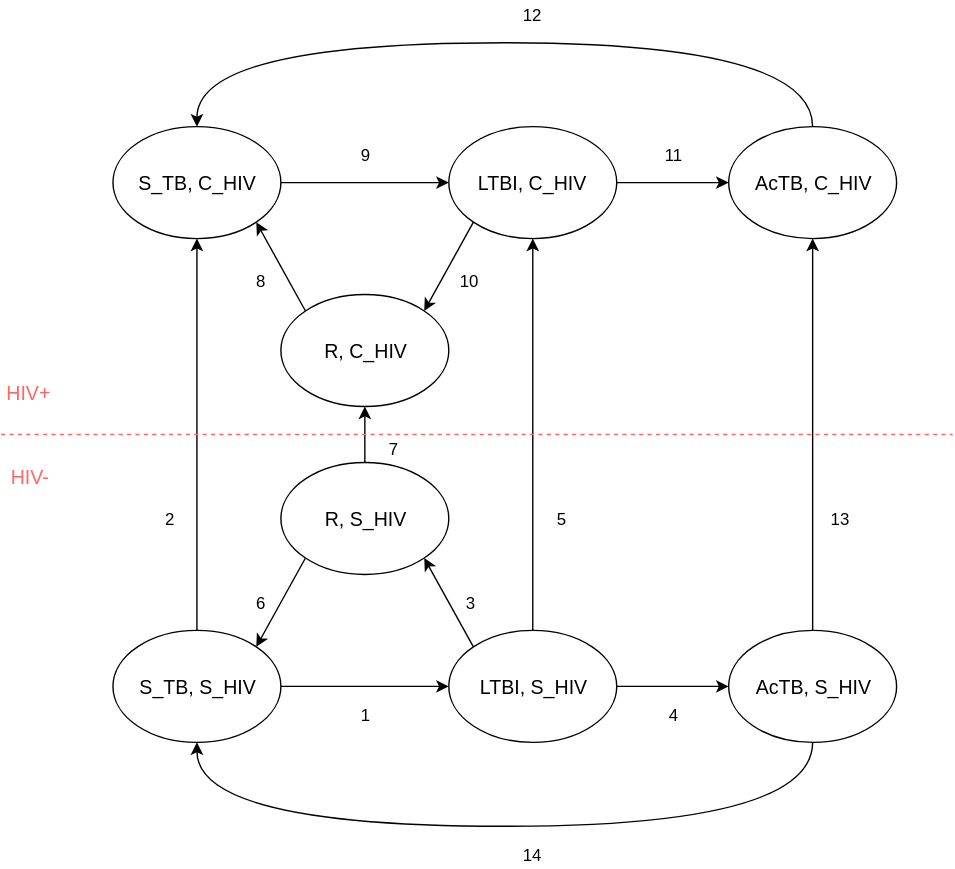
The draw.io diagram docs/source/models/gbd2017/causes/tuberculosis/joint_model_diagram.svg in ihmeuw/vivarium_research, before a commit. Source tidied: cells renumbered, new cells last; positions are measured from the earlier drawing's top-left corner, leaving out a move shared by most shapes. Its diagram source:
```xml
<mxGraphModel>
  <root>
    <mxCell id="0" />
    <mxCell id="1" parent="0" />
    <mxCell id="2" style="edgeStyle=orthogonalEdgeStyle;rounded=0;jettySize=auto;html=1;exitX=1;exitY=0.5;exitDx=0;exitDy=0;entryX=0;entryY=0.5;entryDx=0;entryDy=0;" parent="1" edge="1" source="3" target="6">
      <mxGeometry relative="1" as="geometry" />
    </mxCell>
    <mxCell id="3" style="ellipse;whiteSpace=wrap;html=1;" parent="1" vertex="1">
      <mxGeometry x="80" y="90" width="120" height="80" as="geometry" />
    </mxCell>
    <mxCell id="4" style="edgeStyle=orthogonalEdgeStyle;rounded=0;jettySize=auto;html=1;exitX=1;exitY=0.5;exitDx=0;exitDy=0;entryX=0;entryY=0.5;entryDx=0;entryDy=0;" parent="1" edge="1" source="6" target="8">
      <mxGeometry relative="1" as="geometry" />
    </mxCell>
    <mxCell id="5" style="edgeStyle=none;rounded=0;jettySize=auto;html=1;exitX=0;exitY=1;exitDx=0;exitDy=0;entryX=1;entryY=0;entryDx=0;entryDy=0;" parent="1" edge="1" source="6" target="13">
      <mxGeometry relative="1" as="geometry" />
    </mxCell>
    <mxCell id="6" style="ellipse;whiteSpace=wrap;html=1;" parent="1" vertex="1">
      <mxGeometry x="320" y="90" width="120" height="80" as="geometry" />
    </mxCell>
    <mxCell id="7" style="edgeStyle=orthogonalEdgeStyle;curved=1;rounded=0;jettySize=auto;html=1;exitX=0.5;exitY=0;exitDx=0;exitDy=0;entryX=0.5;entryY=0;entryDx=0;entryDy=0;" parent="1" edge="1" source="8" target="3">
      <mxGeometry relative="1" as="geometry">
        <Array as="points">
          <mxPoint x="580" y="30" />
          <mxPoint x="140" y="30" />
        </Array>
      </mxGeometry>
    </mxCell>
    <mxCell id="8" style="ellipse;whiteSpace=wrap;html=1;" parent="1" vertex="1">
      <mxGeometry x="520" y="90" width="120" height="80" as="geometry" />
    </mxCell>
    <mxCell id="9" value="&lt;font style=&quot;font-size: 14px&quot;&gt;S_TB, C_HIV&lt;/font&gt;" style="text;html=1;strokeColor=none;fillColor=none;align=center;verticalAlign=middle;whiteSpace=wrap;rounded=0;" parent="1" vertex="1">
      <mxGeometry x="95" y="120" width="90" height="20" as="geometry" />
    </mxCell>
    <mxCell id="10" value="&lt;font style=&quot;font-size: 14px&quot;&gt;LTBI, C_HIV&lt;/font&gt;" style="text;html=1;strokeColor=none;fillColor=none;align=center;verticalAlign=middle;whiteSpace=wrap;rounded=0;" parent="1" vertex="1">
      <mxGeometry x="335" y="120" width="90" height="20" as="geometry" />
    </mxCell>
    <mxCell id="11" value="&lt;font style=&quot;font-size: 14px&quot;&gt;AcTB, C_HIV&lt;/font&gt;" style="text;html=1;strokeColor=none;fillColor=none;align=center;verticalAlign=middle;whiteSpace=wrap;rounded=0;" parent="1" vertex="1">
      <mxGeometry x="535" y="120" width="90" height="20" as="geometry" />
    </mxCell>
    <mxCell id="12" style="edgeStyle=none;rounded=0;jettySize=auto;html=1;exitX=0;exitY=0;exitDx=0;exitDy=0;entryX=1;entryY=1;entryDx=0;entryDy=0;" parent="1" edge="1" source="13" target="3">
      <mxGeometry relative="1" as="geometry" />
    </mxCell>
    <mxCell id="13" style="ellipse;whiteSpace=wrap;html=1;" parent="1" vertex="1">
      <mxGeometry x="200" y="210" width="120" height="80" as="geometry" />
    </mxCell>
    <mxCell id="14" style="edgeStyle=none;rounded=0;jettySize=auto;html=1;exitX=0;exitY=1;exitDx=0;exitDy=0;entryX=1;entryY=0;entryDx=0;entryDy=0;" parent="1" edge="1" source="16" target="19">
      <mxGeometry relative="1" as="geometry" />
    </mxCell>
    <mxCell id="15" style="edgeStyle=none;rounded=0;jettySize=auto;html=1;exitX=0.5;exitY=0;exitDx=0;exitDy=0;entryX=0.5;entryY=1;entryDx=0;entryDy=0;" parent="1" edge="1" source="16" target="13">
      <mxGeometry relative="1" as="geometry" />
    </mxCell>
    <mxCell id="16" style="ellipse;whiteSpace=wrap;html=1;" parent="1" vertex="1">
      <mxGeometry x="200" y="330" width="120" height="80" as="geometry" />
    </mxCell>
    <mxCell id="17" style="edgeStyle=orthogonalEdgeStyle;rounded=0;jettySize=auto;html=1;exitX=0.5;exitY=0;exitDx=0;exitDy=0;entryX=0.5;entryY=1;entryDx=0;entryDy=0;" parent="1" edge="1" source="19" target="3">
      <mxGeometry relative="1" as="geometry" />
    </mxCell>
    <mxCell id="18" style="edgeStyle=orthogonalEdgeStyle;rounded=0;jettySize=auto;html=1;exitX=1;exitY=0.5;exitDx=0;exitDy=0;entryX=0;entryY=0.5;entryDx=0;entryDy=0;" parent="1" edge="1" source="19" target="23">
      <mxGeometry relative="1" as="geometry" />
    </mxCell>
    <mxCell id="19" style="ellipse;whiteSpace=wrap;html=1;" parent="1" vertex="1">
      <mxGeometry x="80" y="450" width="120" height="80" as="geometry" />
    </mxCell>
    <mxCell id="20" style="edgeStyle=orthogonalEdgeStyle;rounded=0;jettySize=auto;html=1;exitX=1;exitY=0.5;exitDx=0;exitDy=0;entryX=0;entryY=0.5;entryDx=0;entryDy=0;" parent="1" edge="1" source="23" target="26">
      <mxGeometry relative="1" as="geometry" />
    </mxCell>
    <mxCell id="21" style="edgeStyle=none;rounded=0;jettySize=auto;html=1;exitX=0;exitY=0;exitDx=0;exitDy=0;entryX=1;entryY=1;entryDx=0;entryDy=0;" parent="1" edge="1" source="23" target="16">
      <mxGeometry relative="1" as="geometry" />
    </mxCell>
    <mxCell id="22" style="edgeStyle=none;rounded=0;jettySize=auto;html=1;exitX=0.5;exitY=0;exitDx=0;exitDy=0;entryX=0.5;entryY=1;entryDx=0;entryDy=0;" parent="1" edge="1" source="23" target="6">
      <mxGeometry relative="1" as="geometry" />
    </mxCell>
    <mxCell id="23" style="ellipse;whiteSpace=wrap;html=1;" parent="1" vertex="1">
      <mxGeometry x="320" y="450" width="120" height="80" as="geometry" />
    </mxCell>
    <mxCell id="24" style="edgeStyle=none;rounded=0;jettySize=auto;html=1;exitX=0.5;exitY=0;exitDx=0;exitDy=0;entryX=0.5;entryY=1;entryDx=0;entryDy=0;" parent="1" edge="1" source="26" target="8">
      <mxGeometry relative="1" as="geometry" />
    </mxCell>
    <mxCell id="25" style="edgeStyle=orthogonalEdgeStyle;curved=1;rounded=0;jettySize=auto;html=1;exitX=0.5;exitY=1;exitDx=0;exitDy=0;entryX=0.5;entryY=1;entryDx=0;entryDy=0;" parent="1" edge="1" source="26" target="19">
      <mxGeometry relative="1" as="geometry">
        <Array as="points">
          <mxPoint x="580" y="590" />
          <mxPoint x="140" y="590" />
        </Array>
      </mxGeometry>
    </mxCell>
    <mxCell id="26" style="ellipse;whiteSpace=wrap;html=1;" parent="1" vertex="1">
      <mxGeometry x="520" y="450" width="120" height="80" as="geometry" />
    </mxCell>
    <mxCell id="27" value="&lt;font style=&quot;font-size: 14px&quot;&gt;S_TB, S_HIV&lt;/font&gt;" style="text;html=1;strokeColor=none;fillColor=none;align=center;verticalAlign=middle;whiteSpace=wrap;rounded=0;" parent="1" vertex="1">
      <mxGeometry x="95" y="480" width="90" height="20" as="geometry" />
    </mxCell>
    <mxCell id="28" value="&lt;font style=&quot;font-size: 14px&quot;&gt;LTBI, S_HIV&lt;/font&gt;" style="text;html=1;strokeColor=none;fillColor=none;align=center;verticalAlign=middle;whiteSpace=wrap;rounded=0;" parent="1" vertex="1">
      <mxGeometry x="335" y="480" width="90" height="20" as="geometry" />
    </mxCell>
    <mxCell id="29" value="&lt;font style=&quot;font-size: 14px&quot;&gt;AcTB, S_HIV&lt;/font&gt;" style="text;html=1;strokeColor=none;fillColor=none;align=center;verticalAlign=middle;whiteSpace=wrap;rounded=0;" parent="1" vertex="1">
      <mxGeometry x="535" y="480" width="90" height="20" as="geometry" />
    </mxCell>
    <mxCell id="30" value="&lt;font style=&quot;font-size: 14px&quot;&gt;R, C_HIV&lt;/font&gt;" style="text;html=1;strokeColor=none;fillColor=none;align=center;verticalAlign=middle;whiteSpace=wrap;rounded=0;" parent="1" vertex="1">
      <mxGeometry x="215" y="240" width="90" height="20" as="geometry" />
    </mxCell>
    <mxCell id="31" value="&lt;font style=&quot;font-size: 14px&quot;&gt;R, S_HIV&lt;/font&gt;" style="text;html=1;strokeColor=none;fillColor=none;align=center;verticalAlign=middle;whiteSpace=wrap;rounded=0;" parent="1" vertex="1">
      <mxGeometry x="215" y="360" width="90" height="20" as="geometry" />
    </mxCell>
    <mxCell id="32" style="endArrow=none;dashed=1;html=1;fillColor=#f8cecc;strokeColor=#FF6666;" parent="1" edge="1">
      <mxGeometry relative="1" as="geometry">
        <mxPoint y="310" as="sourcePoint" />
        <mxPoint x="680" y="310" as="targetPoint" />
      </mxGeometry>
    </mxCell>
    <mxCell id="33" value="&lt;font style=&quot;font-size: 14px&quot; color=&quot;#ff6666&quot;&gt;HIV+&lt;/font&gt;" style="text;html=1;strokeColor=none;fillColor=none;align=center;verticalAlign=middle;whiteSpace=wrap;rounded=0;" parent="1" vertex="1">
      <mxGeometry y="270" width="40" height="20" as="geometry" />
    </mxCell>
    <mxCell id="34" value="&lt;font style=&quot;font-size: 14px&quot; color=&quot;#ff6666&quot;&gt;HIV-&lt;/font&gt;" style="text;html=1;strokeColor=none;fillColor=none;align=center;verticalAlign=middle;whiteSpace=wrap;rounded=0;" parent="1" vertex="1">
      <mxGeometry y="330" width="40" height="20" as="geometry" />
    </mxCell>
    <mxCell id="35" value="1" style="text;html=1;strokeColor=none;fillColor=none;align=center;verticalAlign=middle;whiteSpace=wrap;rounded=0;" parent="1" vertex="1">
      <mxGeometry x="240" y="500" width="40" height="20" as="geometry" />
    </mxCell>
    <mxCell id="36" value="2" style="text;html=1;strokeColor=none;fillColor=none;align=center;verticalAlign=middle;whiteSpace=wrap;rounded=0;" parent="1" vertex="1">
      <mxGeometry x="100" y="360" width="40" height="20" as="geometry" />
    </mxCell>
    <mxCell id="37" value="3" style="text;html=1;strokeColor=none;fillColor=none;align=center;verticalAlign=middle;whiteSpace=wrap;rounded=0;" parent="1" vertex="1">
      <mxGeometry x="315" y="420" width="40" height="20" as="geometry" />
    </mxCell>
    <mxCell id="38" value="4" style="text;html=1;strokeColor=none;fillColor=none;align=center;verticalAlign=middle;whiteSpace=wrap;rounded=0;" parent="1" vertex="1">
      <mxGeometry x="460" y="500" width="40" height="20" as="geometry" />
    </mxCell>
    <mxCell id="39" value="5" style="text;html=1;strokeColor=none;fillColor=none;align=center;verticalAlign=middle;whiteSpace=wrap;rounded=0;" parent="1" vertex="1">
      <mxGeometry x="380" y="360" width="40" height="20" as="geometry" />
    </mxCell>
    <mxCell id="40" value="6" style="text;html=1;strokeColor=none;fillColor=none;align=center;verticalAlign=middle;whiteSpace=wrap;rounded=0;" parent="1" vertex="1">
      <mxGeometry x="165" y="420" width="40" height="20" as="geometry" />
    </mxCell>
    <mxCell id="41" value="7" style="text;html=1;strokeColor=none;fillColor=none;align=center;verticalAlign=middle;whiteSpace=wrap;rounded=0;" parent="1" vertex="1">
      <mxGeometry x="260" y="310" width="40" height="20" as="geometry" />
    </mxCell>
    <mxCell id="42" value="8" style="text;html=1;strokeColor=none;fillColor=none;align=center;verticalAlign=middle;whiteSpace=wrap;rounded=0;" parent="1" vertex="1">
      <mxGeometry x="165" y="190" width="40" height="20" as="geometry" />
    </mxCell>
    <mxCell id="43" value="9" style="text;html=1;strokeColor=none;fillColor=none;align=center;verticalAlign=middle;whiteSpace=wrap;rounded=0;" parent="1" vertex="1">
      <mxGeometry x="240" y="100" width="40" height="20" as="geometry" />
    </mxCell>
    <mxCell id="44" value="10" style="text;html=1;strokeColor=none;fillColor=none;align=center;verticalAlign=middle;whiteSpace=wrap;rounded=0;" parent="1" vertex="1">
      <mxGeometry x="315" y="190" width="40" height="20" as="geometry" />
    </mxCell>
    <mxCell id="45" value="11" style="text;html=1;strokeColor=none;fillColor=none;align=center;verticalAlign=middle;whiteSpace=wrap;rounded=0;" parent="1" vertex="1">
      <mxGeometry x="460" y="100" width="40" height="20" as="geometry" />
    </mxCell>
    <mxCell id="46" value="12" style="text;html=1;strokeColor=none;fillColor=none;align=center;verticalAlign=middle;whiteSpace=wrap;rounded=0;" parent="1" vertex="1">
      <mxGeometry x="360" width="40" height="20" as="geometry" />
    </mxCell>
    <mxCell id="47" value="13" style="text;html=1;strokeColor=none;fillColor=none;align=center;verticalAlign=middle;whiteSpace=wrap;rounded=0;" parent="1" vertex="1">
      <mxGeometry x="580" y="360" width="40" height="20" as="geometry" />
    </mxCell>
    <mxCell id="48" value="14" style="text;html=1;strokeColor=none;fillColor=none;align=center;verticalAlign=middle;whiteSpace=wrap;rounded=0;" parent="1" vertex="1">
      <mxGeometry x="360" y="600" width="40" height="20" as="geometry" />
    </mxCell>
  </root>
</mxGraphModel>
```
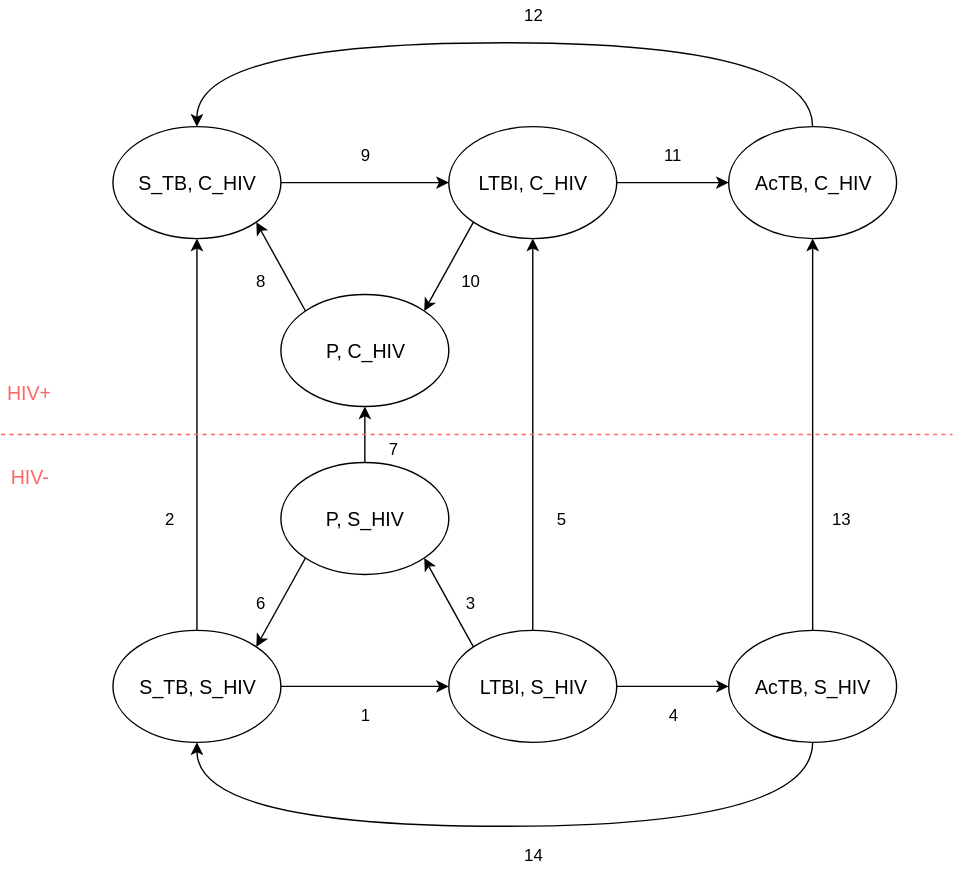
The same file after the commit.

What changed in the source:
```diff
@@ -96,10 +96,10 @@
     <mxCell id="29" value="&lt;font style=&quot;font-size: 14px&quot;&gt;AcTB, S_HIV&lt;/font&gt;" style="text;html=1;strokeColor=none;fillColor=none;align=center;verticalAlign=middle;whiteSpace=wrap;rounded=0;" parent="1" vertex="1">
       <mxGeometry x="535" y="480" width="90" height="20" as="geometry" />
     </mxCell>
-    <mxCell id="30" value="&lt;font style=&quot;font-size: 14px&quot;&gt;R, C_HIV&lt;/font&gt;" style="text;html=1;strokeColor=none;fillColor=none;align=center;verticalAlign=middle;whiteSpace=wrap;rounded=0;" parent="1" vertex="1">
+    <mxCell id="30" value="&lt;font style=&quot;font-size: 14px&quot;&gt;P, C_HIV&lt;/font&gt;" style="text;html=1;strokeColor=none;fillColor=none;align=center;verticalAlign=middle;whiteSpace=wrap;rounded=0;" parent="1" vertex="1">
       <mxGeometry x="215" y="240" width="90" height="20" as="geometry" />
     </mxCell>
-    <mxCell id="31" value="&lt;font style=&quot;font-size: 14px&quot;&gt;R, S_HIV&lt;/font&gt;" style="text;html=1;strokeColor=none;fillColor=none;align=center;verticalAlign=middle;whiteSpace=wrap;rounded=0;" parent="1" vertex="1">
+    <mxCell id="31" value="&lt;font style=&quot;font-size: 14px&quot;&gt;P, S_HIV&lt;/font&gt;" style="text;html=1;strokeColor=none;fillColor=none;align=center;verticalAlign=middle;whiteSpace=wrap;rounded=0;" parent="1" vertex="1">
       <mxGeometry x="215" y="360" width="90" height="20" as="geometry" />
     </mxCell>
     <mxCell id="32" style="endArrow=none;dashed=1;html=1;fillColor=#f8cecc;strokeColor=#FF6666;" parent="1" edge="1">
```
